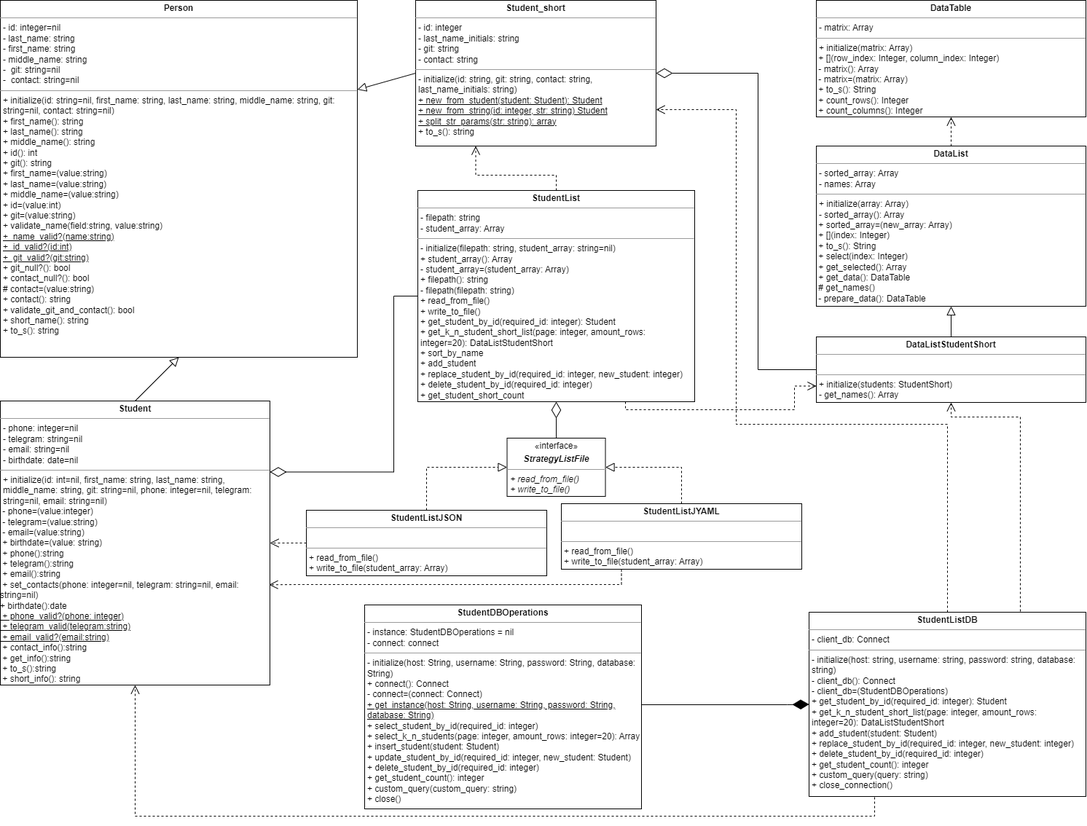
The draw.io diagram Student/diagram_classes.png in sdnezz/Programming-patterns, before a commit. Source tidied: cells renumbered, new cells last; positions are measured from the earlier drawing's top-left corner, leaving out a move shared by most shapes.
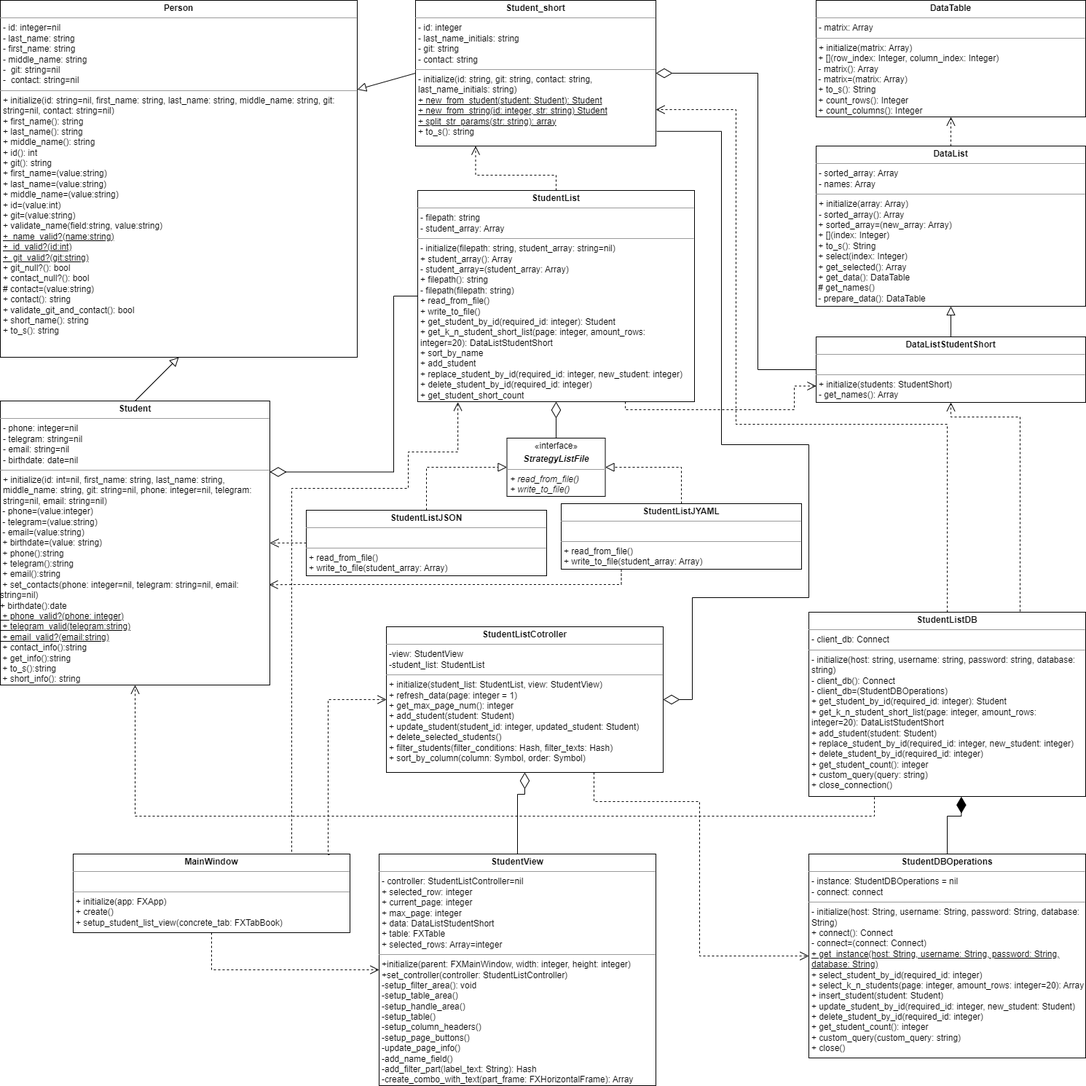
The same file after the commit.

Commit message:
LR5 - Diagram class'es and sequence diagram

Change to the diagram source:
```diff
@@ -109,13 +109,12 @@
       <mxGeometry x="1110" y="840" width="380" height="253" as="geometry" />
     </mxCell>
     <mxCell id="26" value="&lt;p style=&quot;margin:0px;margin-top:4px;text-align:center;&quot;&gt;&lt;b&gt;StudentDBOperations&lt;/b&gt;&lt;/p&gt;&lt;hr size=&quot;1&quot;&gt;&lt;p style=&quot;margin:0px;margin-left:4px;&quot;&gt;- instance: StudentDBOperations = nil&lt;/p&gt;&lt;p style=&quot;margin:0px;margin-left:4px;&quot;&gt;- connect: connect&lt;/p&gt;&lt;hr size=&quot;1&quot;&gt;&lt;p style=&quot;margin:0px;margin-left:4px;&quot;&gt;- initialize(host: String, username: String, password: String, database: String)&lt;/p&gt;&lt;p style=&quot;margin:0px;margin-left:4px;&quot;&gt;+ connect(): Connect&lt;/p&gt;&lt;p style=&quot;margin:0px;margin-left:4px;&quot;&gt;- connect=(connect: Connect)&lt;/p&gt;&lt;p style=&quot;margin:0px;margin-left:4px;&quot;&gt;&lt;u&gt;+ get_instance(host: String, username: String, password: String, database: String)&lt;/u&gt;&lt;/p&gt;&lt;p style=&quot;margin:0px;margin-left:4px;&quot;&gt;+&amp;nbsp;select_student_by_id(required_id: integer)&lt;/p&gt;&lt;p style=&quot;margin:0px;margin-left:4px;&quot;&gt;+&amp;nbsp;select_k_n_students(page: integer, amount_rows: integer=20): Array&lt;/p&gt;&lt;p style=&quot;margin:0px;margin-left:4px;&quot;&gt;+&amp;nbsp;insert_student(student: Student)&lt;/p&gt;&lt;p style=&quot;margin:0px;margin-left:4px;&quot;&gt;+&amp;nbsp;update_student_by_id(required_id: integer, new_student: Student)&lt;/p&gt;&lt;p style=&quot;margin:0px;margin-left:4px;&quot;&gt;+&amp;nbsp;delete_student_by_id(required_id: integer)&lt;/p&gt;&lt;p style=&quot;margin:0px;margin-left:4px;&quot;&gt;+&amp;nbsp;get_student_count(): integer&lt;/p&gt;&lt;p style=&quot;margin:0px;margin-left:4px;&quot;&gt;+&amp;nbsp;custom_query(custom_query: string)&lt;/p&gt;&lt;p style=&quot;margin:0px;margin-left:4px;&quot;&gt;+&amp;nbsp;close()&lt;/p&gt;" style="verticalAlign=top;align=left;overflow=fill;fontSize=12;fontFamily=Helvetica;html=1;whiteSpace=wrap;" parent="1" vertex="1">
-      <mxGeometry x="500" y="830" width="380" height="280" as="geometry" />
+      <mxGeometry x="1110" y="1172" width="380" height="280" as="geometry" />
     </mxCell>
-    <mxCell id="27" style="edgeStyle=orthogonalEdgeStyle;rounded=0;jettySize=auto;html=1;endArrow=diamondThin;endFill=1;endSize=20;exitX=1;exitY=0.5;exitDx=0;exitDy=0;entryX=0;entryY=0.5;entryDx=0;entryDy=0;" parent="1" edge="1" source="26" target="25">
+    <mxCell id="27" style="edgeStyle=orthogonalEdgeStyle;rounded=0;jettySize=auto;html=1;endArrow=diamondThin;endFill=1;endSize=20;exitX=0.5;exitY=0;exitDx=0;exitDy=0;entryX=0.551;entryY=1.001;entryDx=0;entryDy=0;entryPerimeter=0;" parent="1" edge="1" source="26" target="25">
       <mxGeometry relative="1" as="geometry">
         <Array as="points">
-          <mxPoint x="880" y="967" />
-          <mxPoint x="1080" y="967" />
+          <mxPoint x="1320" y="1120" />
         </Array>
       </mxGeometry>
     </mxCell>
@@ -146,5 +145,69 @@
         </Array>
       </mxGeometry>
     </mxCell>
+    <mxCell id="31" value="&lt;p style=&quot;margin:0px;margin-top:4px;text-align:center;&quot;&gt;&lt;b&gt;StudentView&lt;/b&gt;&lt;/p&gt;&lt;hr size=&quot;1&quot;&gt;&lt;p style=&quot;margin:0px;margin-left:4px;&quot;&gt;- controller: StudentListController=nil&lt;/p&gt;&lt;p style=&quot;margin:0px;margin-left:4px;&quot;&gt;+ selected_row: integer&amp;nbsp;&lt;/p&gt;&lt;p style=&quot;margin:0px;margin-left:4px;&quot;&gt;+ current_page: integer&amp;nbsp;&lt;/p&gt;&lt;p style=&quot;margin:0px;margin-left:4px;&quot;&gt;+ max_page: integer&amp;nbsp;&lt;/p&gt;&lt;p style=&quot;margin:0px;margin-left:4px;&quot;&gt;+ data: DataListStudentShort&amp;nbsp;&lt;/p&gt;&lt;p style=&quot;margin:0px;margin-left:4px;&quot;&gt;+ table: FXTable&amp;nbsp;&lt;/p&gt;&lt;p style=&quot;margin:0px;margin-left:4px;&quot;&gt;+ selected_rows: Array=integer&lt;/p&gt;&lt;hr size=&quot;1&quot;&gt;&lt;p style=&quot;margin:0px;margin-left:4px;&quot;&gt;+initialize(parent: FXMainWindow, width: integer, height: integer)&lt;br&gt;  +set_controller(controller: StudentListController)&amp;nbsp;&lt;/p&gt;&lt;p style=&quot;margin:0px;margin-left:4px;&quot;&gt;-setup_filter_area(): void&lt;br&gt;  -setup_table_area()&lt;span style=&quot;background-color: initial;&quot;&gt;&amp;nbsp;&lt;/span&gt;&lt;/p&gt;&lt;p style=&quot;margin:0px;margin-left:4px;&quot;&gt;&lt;span style=&quot;background-color: initial;&quot;&gt;-setup_handle_area()&lt;/span&gt;&lt;/p&gt;&lt;p style=&quot;margin:0px;margin-left:4px;&quot;&gt;&lt;span style=&quot;background-color: initial;&quot;&gt;-setup_table()&lt;/span&gt;&lt;/p&gt;&lt;p style=&quot;margin:0px;margin-left:4px;&quot;&gt;&lt;span style=&quot;background-color: initial;&quot;&gt;-setup_column_headers()&amp;nbsp;&lt;/span&gt;&lt;/p&gt;&lt;p style=&quot;margin:0px;margin-left:4px;&quot;&gt;&lt;span style=&quot;background-color: initial;&quot;&gt;-setup_page_buttons()&lt;/span&gt;&lt;/p&gt;&lt;p style=&quot;margin:0px;margin-left:4px;&quot;&gt;&lt;span style=&quot;background-color: initial;&quot;&gt;-update_page_info()&lt;/span&gt;&lt;/p&gt;&lt;p style=&quot;margin:0px;margin-left:4px;&quot;&gt;&lt;span style=&quot;background-color: initial;&quot;&gt;-add_name_field()&lt;/span&gt;&lt;/p&gt;&lt;p style=&quot;margin:0px;margin-left:4px;&quot;&gt;&lt;span style=&quot;background-color: initial;&quot;&gt;-add_filter_part(label_text: String): Hash&amp;nbsp;&lt;/span&gt;&lt;/p&gt;&lt;p style=&quot;margin:0px;margin-left:4px;&quot;&gt;&lt;span style=&quot;background-color: initial;&quot;&gt;-create_combo_with_text(part_frame: FXHorizontalFrame): Array&lt;/span&gt;&lt;/p&gt;" style="verticalAlign=top;align=left;overflow=fill;fontSize=12;fontFamily=Helvetica;html=1;whiteSpace=wrap;" parent="1" vertex="1">
+      <mxGeometry x="520" y="1172" width="380" height="318" as="geometry" />
+    </mxCell>
+    <mxCell id="32" value="&lt;p style=&quot;margin:0px;margin-top:4px;text-align:center;&quot;&gt;&lt;b&gt;StudentListCotroller&lt;/b&gt;&lt;/p&gt;&lt;hr size=&quot;1&quot;&gt;&lt;p style=&quot;margin:0px;margin-left:4px;&quot;&gt;-view: StudentView&lt;br&gt;  -student_list: StudentList&lt;/p&gt;&lt;hr size=&quot;1&quot;&gt;&lt;p style=&quot;margin:0px;margin-left:4px;&quot;&gt;+ initialize(student_list: StudentList, view: StudentView)&amp;nbsp;&lt;/p&gt;&lt;p style=&quot;margin:0px;margin-left:4px;&quot;&gt;+ refresh_data(page: integer = 1)&amp;nbsp;&lt;/p&gt;&lt;p style=&quot;margin:0px;margin-left:4px;&quot;&gt;+ get_max_page_num(): integer&amp;nbsp;&lt;/p&gt;&lt;p style=&quot;margin:0px;margin-left:4px;&quot;&gt;+ add_student(student: Student)&amp;nbsp;&lt;/p&gt;&lt;p style=&quot;margin:0px;margin-left:4px;&quot;&gt;+ update_student(student_id: integer, updated_student: Student)&lt;br&gt;  + delete_selected_students()&lt;/p&gt;&lt;p style=&quot;margin:0px;margin-left:4px;&quot;&gt;+ filter_students(filter_conditions: Hash, filter_texts: Hash)&lt;br&gt;  + sort_by_column(column: Symbol, order: Symbol)&lt;br&gt;&lt;/p&gt;" style="verticalAlign=top;align=left;overflow=fill;fontSize=12;fontFamily=Helvetica;html=1;whiteSpace=wrap;" parent="1" vertex="1">
+      <mxGeometry x="530" y="860" width="380" height="200" as="geometry" />
+    </mxCell>
+    <mxCell id="33" value="&lt;p style=&quot;margin:0px;margin-top:4px;text-align:center;&quot;&gt;&lt;b&gt;MainWindow&lt;/b&gt;&lt;/p&gt;&lt;hr size=&quot;1&quot;&gt;&lt;p style=&quot;margin:0px;margin-left:4px;&quot;&gt;&lt;br&gt;&lt;/p&gt;&lt;hr size=&quot;1&quot;&gt;&lt;p style=&quot;margin:0px;margin-left:4px;&quot;&gt;+ initialize(app: FXApp)&lt;br&gt;&lt;/p&gt;&lt;p style=&quot;margin:0px;margin-left:4px;&quot;&gt;+ create()&lt;/p&gt;&lt;p style=&quot;margin:0px;margin-left:4px;&quot;&gt;+ setup_student_list_view(concrete_tab: FXTabBook)&lt;/p&gt;&lt;p style=&quot;margin:0px;margin-left:4px;&quot;&gt;&lt;br&gt;&lt;/p&gt;" style="verticalAlign=top;align=left;overflow=fill;fontSize=12;fontFamily=Helvetica;html=1;whiteSpace=wrap;" parent="1" vertex="1">
+      <mxGeometry x="100" y="1172" width="380" height="108" as="geometry" />
+    </mxCell>
+    <mxCell id="34" style="edgeStyle=orthogonalEdgeStyle;rounded=0;jettySize=auto;html=1;endArrow=diamondThin;endFill=0;endSize=20;exitX=0.5;exitY=0;exitDx=0;exitDy=0;entryX=0.5;entryY=1;entryDx=0;entryDy=0;" parent="1" edge="1" source="31" target="32">
+      <mxGeometry relative="1" as="geometry">
+        <Array as="points">
+          <mxPoint x="710" y="1090" />
+          <mxPoint x="720" y="1090" />
+        </Array>
+      </mxGeometry>
+    </mxCell>
+    <mxCell id="35" style="edgeStyle=orthogonalEdgeStyle;rounded=0;jettySize=auto;html=1;dashed=1;endArrow=open;endFill=0;endSize=10;exitX=0.5;exitY=1;exitDx=0;exitDy=0;entryX=0;entryY=0.5;entryDx=0;entryDy=0;" parent="1" edge="1" source="33" target="31">
+      <mxGeometry relative="1" as="geometry">
+        <Array as="points">
+          <mxPoint x="290" y="1331" />
+        </Array>
+      </mxGeometry>
+    </mxCell>
+    <mxCell id="36" style="edgeStyle=orthogonalEdgeStyle;rounded=0;jettySize=auto;html=1;dashed=1;endArrow=open;endFill=0;endSize=10;exitX=0.75;exitY=1;exitDx=0;exitDy=0;entryX=0;entryY=0.5;entryDx=0;entryDy=0;" parent="1" edge="1" source="32" target="26">
+      <mxGeometry relative="1" as="geometry">
+        <Array as="points">
+          <mxPoint x="815" y="1100" />
+          <mxPoint x="960" y="1100" />
+          <mxPoint x="960" y="1312" />
+        </Array>
+      </mxGeometry>
+    </mxCell>
+    <mxCell id="37" style="edgeStyle=orthogonalEdgeStyle;rounded=0;jettySize=auto;html=1;endArrow=diamondThin;endFill=0;endSize=20;entryX=1;entryY=0.5;entryDx=0;entryDy=0;exitX=1.004;exitY=0.899;exitDx=0;exitDy=0;exitPerimeter=0;" parent="1" edge="1" source="4" target="32">
+      <mxGeometry relative="1" as="geometry">
+        <Array as="points">
+          <mxPoint x="990" y="180" />
+          <mxPoint x="990" y="610" />
+          <mxPoint x="1110" y="610" />
+          <mxPoint x="1110" y="820" />
+          <mxPoint x="950" y="820" />
+          <mxPoint x="950" y="960" />
+        </Array>
+      </mxGeometry>
+    </mxCell>
+    <mxCell id="38" style="edgeStyle=orthogonalEdgeStyle;rounded=0;jettySize=auto;html=1;dashed=1;endArrow=open;endFill=0;endSize=10;exitX=0.75;exitY=0;exitDx=0;exitDy=0;entryX=0.145;entryY=1.002;entryDx=0;entryDy=0;entryPerimeter=0;" parent="1" edge="1" source="33" target="15">
+      <mxGeometry relative="1" as="geometry">
+        <Array as="points">
+          <mxPoint x="400" y="1172" />
+          <mxPoint x="400" y="670" />
+          <mxPoint x="560" y="670" />
+          <mxPoint x="560" y="620" />
+          <mxPoint x="628" y="620" />
+        </Array>
+      </mxGeometry>
+    </mxCell>
+    <mxCell id="39" style="edgeStyle=orthogonalEdgeStyle;rounded=0;jettySize=auto;html=1;dashed=1;endArrow=open;endFill=0;endSize=10;exitX=0.926;exitY=0.009;exitDx=0;exitDy=0;entryX=0;entryY=0.5;entryDx=0;entryDy=0;exitPerimeter=0;" parent="1" edge="1" source="33" target="32">
+      <mxGeometry relative="1" as="geometry">
+        <Array as="points">
+          <mxPoint x="450" y="1173" />
+          <mxPoint x="450" y="960" />
+        </Array>
+      </mxGeometry>
+    </mxCell>
   </root>
 </mxGraphModel>
```
